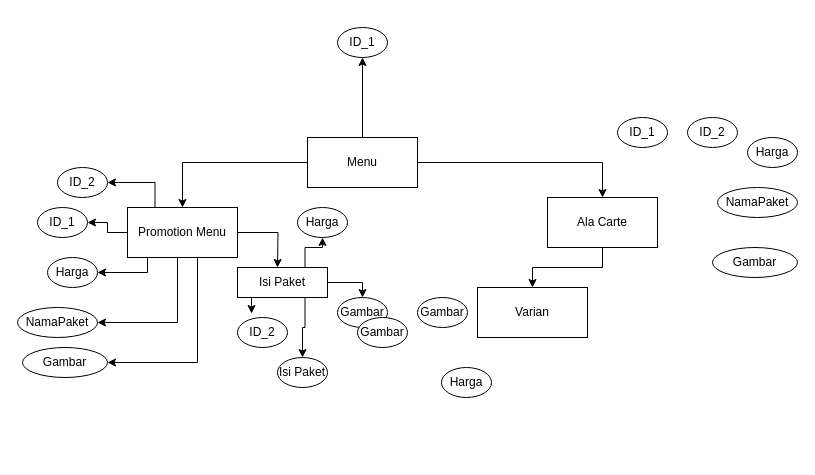
ameliaetsa/ameliakiw keeps this draw.io diagram as Untitled Diagram.drawio. Above is the earlier version. Source tidied: cells renumbered, new cells numbered last; positions are measured from the earlier drawing's top-left corner, leaving out a move shared by most shapes. Both pictures are drawn from the tidied source at 100%, with x=0, y=0 at pixel (17, 27).
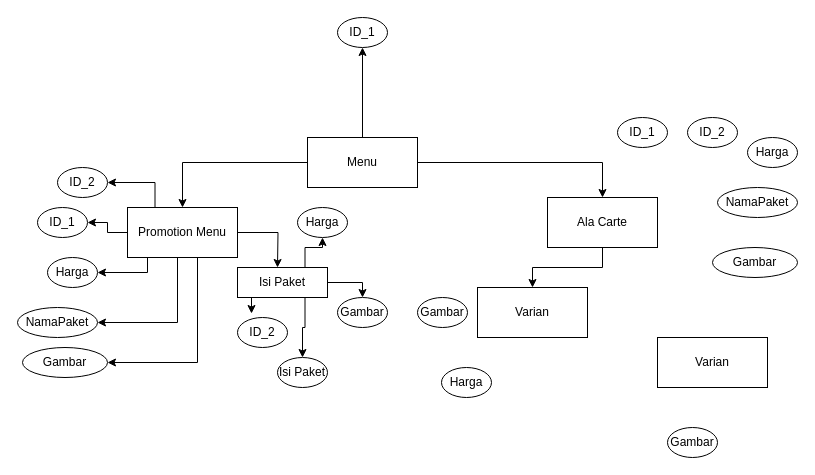
The same diagram, later.

Change to the diagram source:
```diff
@@
     <mxCell id="25" value="ID_1" style="ellipse;whiteSpace=wrap;html=1;" parent="1" vertex="1">
-      <mxGeometry x="320" width="50" height="30" as="geometry" />
+      <mxGeometry x="320" y="-10" width="50" height="30" as="geometry" />
     </mxCell>
@@
     <mxCell id="38" value="Gambar" style="ellipse;whiteSpace=wrap;html=1;" parent="1" vertex="1">
-      <mxGeometry x="340" y="290" width="50" height="30" as="geometry" />
+      <mxGeometry x="650" y="400" width="50" height="30" as="geometry" />
     </mxCell>
+    <mxCell id="39" value="Varian" style="rounded=0;whiteSpace=wrap;html=1;" parent="1" vertex="1">
+      <mxGeometry x="640" y="310" width="110" height="50" as="geometry" />
+    </mxCell>
```
